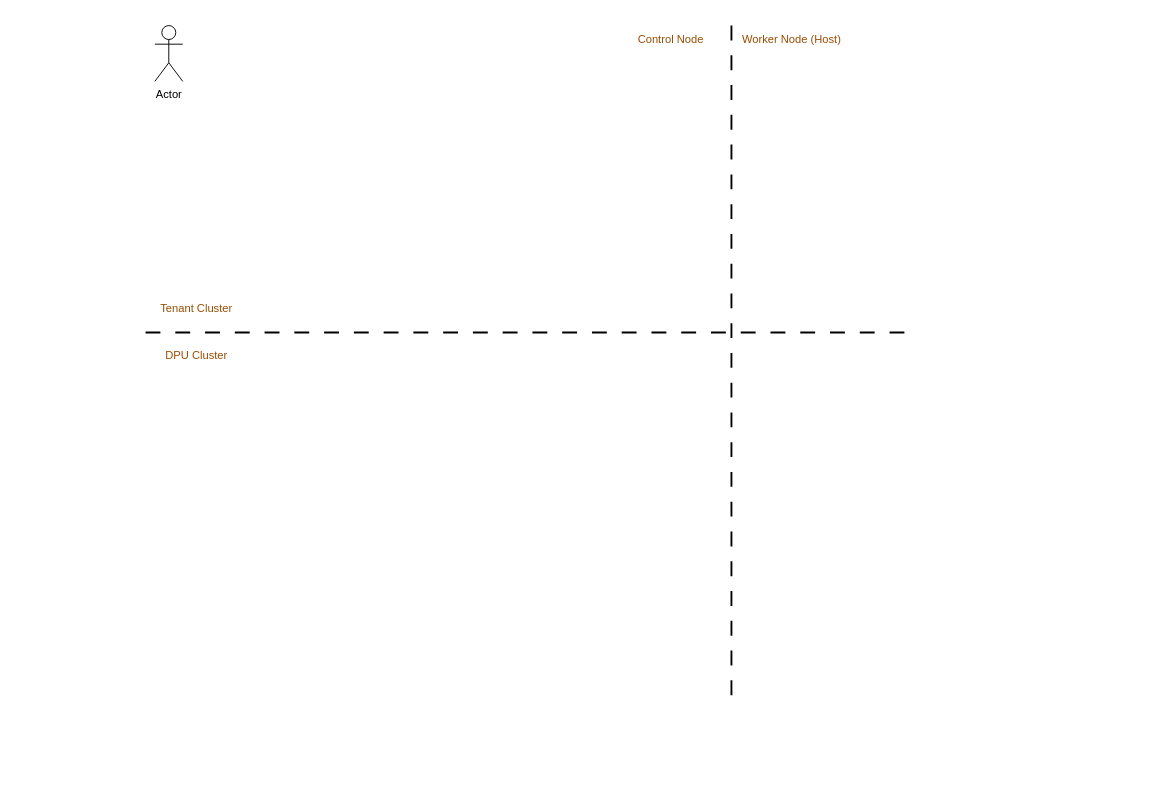
Before: snap1.drawio in wpeng102/draw, a draw.io diagram. Source tidied: cells renumbered, new cells numbered last; positions are measured from the earlier drawing's top-left corner, leaving out a move shared by most shapes. Both pictures are drawn from the tidied source at 93%, with x=0, y=0 at pixel (145, 25).
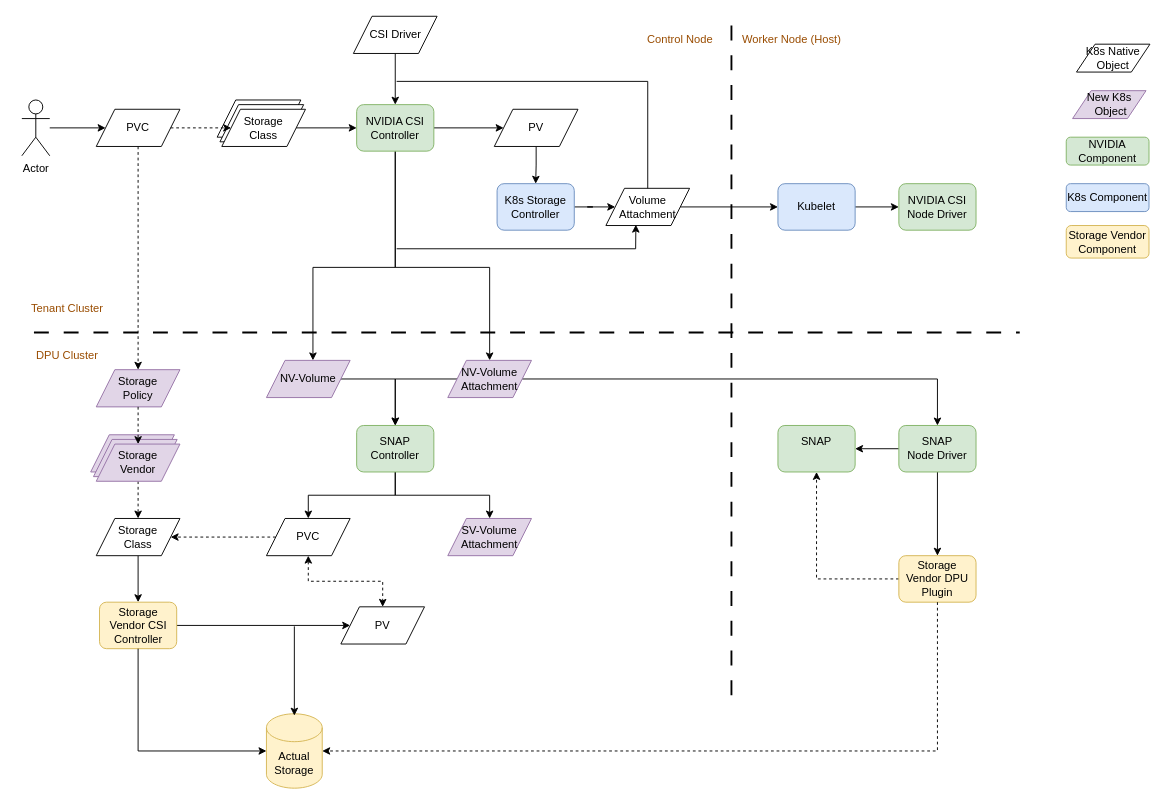
The same page after the edit.

The edit, as a diff of the source:
```diff
@@
     <mxCell id="2" style="endArrow=none;dashed=1;html=1;dashPattern=8 8;strokeWidth=2;rounded=0;" parent="1" edge="1">
       <mxGeometry relative="1" as="geometry">
-        <mxPoint y="330" as="sourcePoint" />
-        <mxPoint x="830" y="330" as="targetPoint" />
+        <mxPoint x="-120" y="330" as="sourcePoint" />
+        <mxPoint x="940" y="330" as="targetPoint" />
       </mxGeometry>
     </mxCell>
@@
+    <mxCell id="9" style="edgeStyle=orthogonalEdgeStyle;rounded=0;jettySize=auto;html=1;entryX=0;entryY=0.5;entryDx=0;entryDy=0;" parent="1" edge="1" source="4" target="11">
+      <mxGeometry relative="1" as="geometry" />
+    </mxCell>
     <mxCell id="4" value="Actor" style="shape=umlActor;verticalLabelPosition=bottom;verticalAlign=top;html=1;outlineConnect=0;" parent="1" vertex="1">
-      <mxGeometry x="10" width="30" height="60" as="geometry" />
+      <mxGeometry x="-133" y="80" width="30" height="60" as="geometry" />
     </mxCell>
     <mxCell id="5" value="&lt;font style=&quot;color: rgb(153, 76, 0);&quot;&gt;Tenant Cluster&lt;/font&gt;" style="text;html=1;align=center;verticalAlign=middle;whiteSpace=wrap;rounded=0;" parent="1" vertex="1">
-      <mxGeometry y="290" width="110" height="30" as="geometry" />
+      <mxGeometry x="-139" y="290" width="110" height="30" as="geometry" />
     </mxCell>
     <mxCell id="6" value="&lt;font style=&quot;color: rgb(153, 76, 0);&quot;&gt;DPU Cluster&lt;/font&gt;" style="text;html=1;align=center;verticalAlign=middle;whiteSpace=wrap;rounded=0;" parent="1" vertex="1">
-      <mxGeometry y="340" width="110" height="30" as="geometry" />
+      <mxGeometry x="-139" y="340" width="110" height="30" as="geometry" />
     </mxCell>
     <mxCell id="7" value="&lt;font style=&quot;color: rgb(153, 76, 0);&quot;&gt;Control Node&lt;/font&gt;" style="text;html=1;align=center;verticalAlign=middle;whiteSpace=wrap;rounded=0;" parent="1" vertex="1">
-      <mxGeometry x="510" width="110" height="30" as="geometry" />
+      <mxGeometry x="520" width="110" height="30" as="geometry" />
     </mxCell>
@@
+    <mxCell id="10" style="edgeStyle=orthogonalEdgeStyle;rounded=0;jettySize=auto;html=1;dashed=1;" parent="1" edge="1" source="11" target="32">
+      <mxGeometry relative="1" as="geometry" />
+    </mxCell>
+    <mxCell id="11" value="PVC" style="shape=parallelogram;perimeter=parallelogramPerimeter;whiteSpace=wrap;html=1;fixedSize=1;" parent="1" vertex="1">
+      <mxGeometry x="-53" y="90" width="90" height="40" as="geometry" />
+    </mxCell>
+    <mxCell id="12" value="K8s Native Object" style="shape=parallelogram;perimeter=parallelogramPerimeter;whiteSpace=wrap;html=1;fixedSize=1;" parent="1" vertex="1">
+      <mxGeometry x="1001" y="20" width="79" height="30" as="geometry" />
+    </mxCell>
+    <mxCell id="13" value="New K8s&lt;div&gt;&lt;span style=&quot;background-color: transparent; color: light-dark(rgb(0, 0, 0), rgb(255, 255, 255));&quot;&gt;&amp;nbsp;Object&lt;/span&gt;&lt;/div&gt;" style="shape=parallelogram;perimeter=parallelogramPerimeter;whiteSpace=wrap;html=1;fixedSize=1;fillColor=#e1d5e7;strokeColor=#9673a6;" parent="1" vertex="1">
+      <mxGeometry x="996.8" y="70" width="79" height="30" as="geometry" />
+    </mxCell>
+    <mxCell id="14" style="shape=parallelogram;perimeter=parallelogramPerimeter;whiteSpace=wrap;html=1;fixedSize=1;" parent="1" vertex="1">
+      <mxGeometry x="77" y="80" width="90" height="40" as="geometry" />
+    </mxCell>
+    <mxCell id="15" style="shape=parallelogram;perimeter=parallelogramPerimeter;whiteSpace=wrap;html=1;fixedSize=1;" parent="1" vertex="1">
+      <mxGeometry x="80" y="85" width="90" height="40" as="geometry" />
+    </mxCell>
+    <mxCell id="16" style="edgeStyle=orthogonalEdgeStyle;rounded=0;jettySize=auto;html=1;" parent="1" edge="1" source="17" target="22">
+      <mxGeometry relative="1" as="geometry" />
+    </mxCell>
+    <mxCell id="17" value="Storage&lt;div&gt;Class&lt;/div&gt;" style="shape=parallelogram;perimeter=parallelogramPerimeter;whiteSpace=wrap;html=1;fixedSize=1;" parent="1" vertex="1">
+      <mxGeometry x="82" y="90" width="90" height="40" as="geometry" />
+    </mxCell>
+    <mxCell id="18" style="edgeStyle=orthogonalEdgeStyle;rounded=0;jettySize=auto;html=1;entryX=0;entryY=0.5;entryDx=0;entryDy=0;dashed=1;" parent="1" edge="1" source="11" target="17">
+      <mxGeometry relative="1" as="geometry" />
+    </mxCell>
+    <mxCell id="19" style="edgeStyle=orthogonalEdgeStyle;rounded=0;jettySize=auto;html=1;entryX=0;entryY=0.5;entryDx=0;entryDy=0;" parent="1" edge="1" source="22" target="24">
+      <mxGeometry relative="1" as="geometry" />
+    </mxCell>
+    <mxCell id="20" style="edgeStyle=orthogonalEdgeStyle;rounded=0;jettySize=auto;html=1;" parent="1" edge="1" source="22" target="51">
+      <mxGeometry relative="1" as="geometry">
+        <Array as="points">
+          <mxPoint x="269" y="260" />
+          <mxPoint x="180" y="260" />
+        </Array>
+      </mxGeometry>
+    </mxCell>
+    <mxCell id="21" style="edgeStyle=orthogonalEdgeStyle;rounded=0;jettySize=auto;html=1;exitX=0.5;exitY=1;exitDx=0;exitDy=0;" parent="1" edge="1" source="22" target="54">
+      <mxGeometry relative="1" as="geometry">
+        <Array as="points">
+          <mxPoint x="269" y="260" />
+          <mxPoint x="370" y="260" />
+        </Array>
+      </mxGeometry>
+    </mxCell>
+    <mxCell id="22" value="NVIDIA CSI Controller" style="rounded=1;whiteSpace=wrap;html=1;fillColor=#d5e8d4;strokeColor=#82b366;" parent="1" vertex="1">
+      <mxGeometry x="227" y="85" width="83" height="50" as="geometry" />
+    </mxCell>
+    <mxCell id="23" style="edgeStyle=orthogonalEdgeStyle;rounded=0;jettySize=auto;html=1;exitX=0.5;exitY=1;exitDx=0;exitDy=0;entryX=0.5;entryY=0;entryDx=0;entryDy=0;" parent="1" edge="1" source="24" target="26">
+      <mxGeometry relative="1" as="geometry" />
+    </mxCell>
+    <mxCell id="24" value="PV" style="shape=parallelogram;perimeter=parallelogramPerimeter;whiteSpace=wrap;html=1;fixedSize=1;" parent="1" vertex="1">
+      <mxGeometry x="375" y="90" width="90" height="40" as="geometry" />
+    </mxCell>
+    <mxCell id="25" style="edgeStyle=orthogonalEdgeStyle;rounded=0;jettySize=auto;html=1;entryX=0;entryY=0.5;entryDx=0;entryDy=0;" parent="1" edge="1" source="26" target="28">
+      <mxGeometry relative="1" as="geometry" />
+    </mxCell>
+    <mxCell id="26" value="K8s Storage Controller" style="rounded=1;whiteSpace=wrap;html=1;fillColor=#dae8fc;strokeColor=#6c8ebf;" parent="1" vertex="1">
+      <mxGeometry x="378" y="170" width="83" height="50" as="geometry" />
+    </mxCell>
+    <mxCell id="27" style="edgeStyle=orthogonalEdgeStyle;rounded=0;jettySize=auto;html=1;entryX=0;entryY=0.5;entryDx=0;entryDy=0;" parent="1" edge="1" source="28" target="60">
+      <mxGeometry relative="1" as="geometry" />
+    </mxCell>
+    <mxCell id="28" value="Volume Attachment" style="shape=parallelogram;perimeter=parallelogramPerimeter;whiteSpace=wrap;html=1;fixedSize=1;" parent="1" vertex="1">
+      <mxGeometry x="495" y="175" width="90" height="40" as="geometry" />
+    </mxCell>
+    <mxCell id="29" value="NVIDIA Component" style="rounded=1;whiteSpace=wrap;html=1;fillColor=#d5e8d4;strokeColor=#82b366;" parent="1" vertex="1">
+      <mxGeometry x="990" y="120" width="89" height="30" as="geometry" />
+    </mxCell>
+    <mxCell id="30" value="K8s Component" style="rounded=1;whiteSpace=wrap;html=1;fillColor=#dae8fc;strokeColor=#6c8ebf;" parent="1" vertex="1">
+      <mxGeometry x="990" y="170" width="89" height="30" as="geometry" />
+    </mxCell>
+    <mxCell id="31" value="Storage Vendor Component" style="rounded=1;whiteSpace=wrap;html=1;fillColor=#fff2cc;strokeColor=#d6b656;" parent="1" vertex="1">
+      <mxGeometry x="990" y="215" width="89" height="35" as="geometry" />
+    </mxCell>
+    <mxCell id="32" value="Storage&lt;div&gt;Policy&lt;/div&gt;" style="shape=parallelogram;perimeter=parallelogramPerimeter;whiteSpace=wrap;html=1;fixedSize=1;fillColor=#e1d5e7;strokeColor=#9673a6;" parent="1" vertex="1">
+      <mxGeometry x="-53" y="370" width="90" height="40" as="geometry" />
+    </mxCell>
+    <mxCell id="33" style="shape=parallelogram;perimeter=parallelogramPerimeter;whiteSpace=wrap;html=1;fixedSize=1;fillColor=#e1d5e7;strokeColor=#9673a6;" parent="1" vertex="1">
+      <mxGeometry x="-59" y="440" width="90" height="40" as="geometry" />
+    </mxCell>
+    <mxCell id="34" style="shape=parallelogram;perimeter=parallelogramPerimeter;whiteSpace=wrap;html=1;fixedSize=1;fillColor=#e1d5e7;strokeColor=#9673a6;" parent="1" vertex="1">
+      <mxGeometry x="-56" y="445" width="90" height="40" as="geometry" />
+    </mxCell>
+    <mxCell id="35" style="edgeStyle=orthogonalEdgeStyle;rounded=0;jettySize=auto;html=1;dashed=1;" parent="1" edge="1" source="36" target="38">
+      <mxGeometry relative="1" as="geometry" />
+    </mxCell>
+    <mxCell id="36" value="Storage&lt;div&gt;Vendor&lt;/div&gt;" style="shape=parallelogram;perimeter=parallelogramPerimeter;whiteSpace=wrap;html=1;fixedSize=1;fillColor=#e1d5e7;strokeColor=#9673a6;" parent="1" vertex="1">
+      <mxGeometry x="-53" y="450" width="90" height="40" as="geometry" />
+    </mxCell>
+    <mxCell id="37" style="edgeStyle=orthogonalEdgeStyle;rounded=0;jettySize=auto;html=1;exitX=0.5;exitY=1;exitDx=0;exitDy=0;entryX=0.5;entryY=0;entryDx=0;entryDy=0;" parent="1" edge="1" source="38" target="41">
+      <mxGeometry relative="1" as="geometry" />
+    </mxCell>
+    <mxCell id="38" value="Storage&lt;div&gt;Class&lt;/div&gt;" style="shape=parallelogram;perimeter=parallelogramPerimeter;whiteSpace=wrap;html=1;fixedSize=1;" parent="1" vertex="1">
+      <mxGeometry x="-53" y="530" width="90" height="40" as="geometry" />
+    </mxCell>
+    <mxCell id="39" style="edgeStyle=orthogonalEdgeStyle;rounded=0;jettySize=auto;html=1;exitX=0.5;exitY=1;exitDx=0;exitDy=0;entryX=0.5;entryY=0;entryDx=0;entryDy=0;dashed=1;" parent="1" edge="1" source="32" target="36">
+      <mxGeometry relative="1" as="geometry" />
+    </mxCell>
+    <mxCell id="40" style="edgeStyle=orthogonalEdgeStyle;rounded=0;jettySize=auto;html=1;entryX=0;entryY=0.5;entryDx=0;entryDy=0;" parent="1" edge="1" source="41" target="42">
+      <mxGeometry relative="1" as="geometry" />
+    </mxCell>
+    <mxCell id="41" value="Storage Vendor CSI Controller" style="rounded=1;whiteSpace=wrap;html=1;fillColor=#fff2cc;strokeColor=#d6b656;" parent="1" vertex="1">
+      <mxGeometry x="-49.5" y="620" width="83" height="50" as="geometry" />
+    </mxCell>
+    <mxCell id="42" value="PV" style="shape=parallelogram;perimeter=parallelogramPerimeter;whiteSpace=wrap;html=1;fixedSize=1;" parent="1" vertex="1">
+      <mxGeometry x="210" y="625" width="90" height="40" as="geometry" />
+    </mxCell>
+    <mxCell id="43" style="edgeStyle=orthogonalEdgeStyle;rounded=0;jettySize=auto;html=1;entryX=1;entryY=0.5;entryDx=0;entryDy=0;dashed=1;" parent="1" edge="1" source="45" target="38">
+      <mxGeometry relative="1" as="geometry" />
+    </mxCell>
+    <mxCell id="44" style="edgeStyle=orthogonalEdgeStyle;rounded=0;jettySize=auto;html=1;exitX=0.5;exitY=1;exitDx=0;exitDy=0;dashed=1;startArrow=classic;startFill=1;" parent="1" edge="1" source="45" target="42">
+      <mxGeometry relative="1" as="geometry" />
+    </mxCell>
+    <mxCell id="45" value="PVC" style="shape=parallelogram;perimeter=parallelogramPerimeter;whiteSpace=wrap;html=1;fixedSize=1;" parent="1" vertex="1">
+      <mxGeometry x="130" y="530" width="90" height="40" as="geometry" />
+    </mxCell>
+    <mxCell id="46" style="edgeStyle=orthogonalEdgeStyle;rounded=0;jettySize=auto;html=1;exitX=0.5;exitY=1;exitDx=0;exitDy=0;entryX=0.5;entryY=0;entryDx=0;entryDy=0;" parent="1" edge="1" source="48" target="45">
+      <mxGeometry relative="1" as="geometry" />
+    </mxCell>
+    <mxCell id="47" style="edgeStyle=orthogonalEdgeStyle;rounded=0;jettySize=auto;html=1;entryX=0.5;entryY=0;entryDx=0;entryDy=0;exitX=0.5;exitY=1;exitDx=0;exitDy=0;" parent="1" edge="1" source="48" target="49">
+      <mxGeometry relative="1" as="geometry" />
+    </mxCell>
+    <mxCell id="48" value="SNAP Controller" style="rounded=1;whiteSpace=wrap;html=1;fillColor=#d5e8d4;strokeColor=#82b366;" parent="1" vertex="1">
+      <mxGeometry x="227" y="430" width="83" height="50" as="geometry" />
+    </mxCell>
+    <mxCell id="49" value="SV-Volume Attachment" style="shape=parallelogram;perimeter=parallelogramPerimeter;whiteSpace=wrap;html=1;fixedSize=1;fillColor=#e1d5e7;strokeColor=#9673a6;" parent="1" vertex="1">
+      <mxGeometry x="325" y="530" width="90" height="40" as="geometry" />
+    </mxCell>
+    <mxCell id="50" style="edgeStyle=orthogonalEdgeStyle;rounded=0;jettySize=auto;html=1;entryX=0.5;entryY=0;entryDx=0;entryDy=0;" parent="1" edge="1" source="51" target="48">
+      <mxGeometry relative="1" as="geometry" />
+    </mxCell>
+    <mxCell id="51" value="NV-Volume" style="shape=parallelogram;perimeter=parallelogramPerimeter;whiteSpace=wrap;html=1;fixedSize=1;fillColor=#e1d5e7;strokeColor=#9673a6;" parent="1" vertex="1">
+      <mxGeometry x="130" y="360" width="90" height="40" as="geometry" />
+    </mxCell>
+    <mxCell id="52" style="edgeStyle=orthogonalEdgeStyle;rounded=0;jettySize=auto;html=1;entryX=0.5;entryY=0;entryDx=0;entryDy=0;" parent="1" edge="1" source="54" target="48">
+      <mxGeometry relative="1" as="geometry" />
+    </mxCell>
+    <mxCell id="53" style="edgeStyle=orthogonalEdgeStyle;rounded=0;jettySize=auto;html=1;entryX=0.5;entryY=0;entryDx=0;entryDy=0;" parent="1" edge="1" source="54" target="68">
+      <mxGeometry relative="1" as="geometry" />
+    </mxCell>
+    <mxCell id="54" value="NV-Volume Attachment" style="shape=parallelogram;perimeter=parallelogramPerimeter;whiteSpace=wrap;html=1;fixedSize=1;fillColor=#e1d5e7;strokeColor=#9673a6;" parent="1" vertex="1">
+      <mxGeometry x="325" y="360" width="90" height="40" as="geometry" />
+    </mxCell>
+    <mxCell id="55" style="endArrow=classic;html=1;rounded=0;entryX=0.358;entryY=0.978;entryDx=0;entryDy=0;entryPerimeter=0;" parent="1" edge="1" target="28">
+      <mxGeometry relative="1" as="geometry">
+        <mxPoint x="270" y="240" as="sourcePoint" />
+        <Array as="points">
+          <mxPoint x="527" y="240" />
+        </Array>
+      </mxGeometry>
+    </mxCell>
+    <mxCell id="56" style="edgeStyle=orthogonalEdgeStyle;rounded=0;jettySize=auto;html=1;entryX=0.5;entryY=0;entryDx=0;entryDy=0;" parent="1" edge="1" source="57" target="22">
+      <mxGeometry relative="1" as="geometry" />
+    </mxCell>
+    <mxCell id="57" value="CSI Driver" style="shape=parallelogram;perimeter=parallelogramPerimeter;whiteSpace=wrap;html=1;fixedSize=1;" parent="1" vertex="1">
+      <mxGeometry x="223.5" y="-10" width="90" height="40" as="geometry" />
+    </mxCell>
+    <mxCell id="58" style="endArrow=none;html=1;rounded=0;entryX=0.5;entryY=0;entryDx=0;entryDy=0;" parent="1" edge="1" target="28">
+      <mxGeometry relative="1" as="geometry">
+        <mxPoint x="270" y="60" as="sourcePoint" />
+        <Array as="points">
+          <mxPoint x="540" y="60" />
+        </Array>
+      </mxGeometry>
+    </mxCell>
+    <mxCell id="59" style="edgeStyle=orthogonalEdgeStyle;rounded=0;jettySize=auto;html=1;entryX=0;entryY=0.5;entryDx=0;entryDy=0;" parent="1" edge="1" source="60" target="61">
+      <mxGeometry relative="1" as="geometry" />
+    </mxCell>
+    <mxCell id="60" value="Kubelet" style="rounded=1;whiteSpace=wrap;html=1;fillColor=#dae8fc;strokeColor=#6c8ebf;" parent="1" vertex="1">
+      <mxGeometry x="680" y="170" width="83" height="50" as="geometry" />
+    </mxCell>
+    <mxCell id="61" value="NVIDIA CSI Node Driver" style="rounded=1;whiteSpace=wrap;html=1;fillColor=#d5e8d4;strokeColor=#82b366;" parent="1" vertex="1">
+      <mxGeometry x="810" y="170" width="83" height="50" as="geometry" />
+    </mxCell>
+    <mxCell id="62" value="Actual Storage" style="shape=cylinder3;whiteSpace=wrap;html=1;boundedLbl=1;backgroundOutline=1;size=15;fillColor=#fff2cc;strokeColor=#d6b656;" parent="1" vertex="1">
+      <mxGeometry x="130" y="740" width="60" height="80" as="geometry" />
+    </mxCell>
+    <mxCell id="63" style="edgeStyle=orthogonalEdgeStyle;rounded=0;jettySize=auto;html=1;entryX=0;entryY=0.5;entryDx=0;entryDy=0;entryPerimeter=0;exitX=0.5;exitY=1;exitDx=0;exitDy=0;" parent="1" edge="1" source="41" target="62">
+      <mxGeometry relative="1" as="geometry" />
+    </mxCell>
+    <mxCell id="64" style="endArrow=classic;html=1;rounded=0;" parent="1" edge="1">
+      <mxGeometry relative="1" as="geometry">
+        <mxPoint x="160" y="646" as="sourcePoint" />
+        <mxPoint x="160" y="742" as="targetPoint" />
+      </mxGeometry>
+    </mxCell>
+    <mxCell id="65" value="SNAP&lt;div&gt;&lt;br&gt;&lt;/div&gt;" style="rounded=1;whiteSpace=wrap;html=1;fillColor=#d5e8d4;strokeColor=#82b366;" parent="1" vertex="1">
+      <mxGeometry x="680" y="430" width="83" height="50" as="geometry" />
+    </mxCell>
+    <mxCell id="66" style="edgeStyle=orthogonalEdgeStyle;rounded=0;jettySize=auto;html=1;exitX=0.5;exitY=1;exitDx=0;exitDy=0;entryX=0.5;entryY=0;entryDx=0;entryDy=0;" parent="1" edge="1" source="68" target="70">
+      <mxGeometry relative="1" as="geometry" />
+    </mxCell>
+    <mxCell id="67" style="edgeStyle=orthogonalEdgeStyle;rounded=0;jettySize=auto;html=1;entryX=1;entryY=0.5;entryDx=0;entryDy=0;" parent="1" edge="1" source="68" target="65">
+      <mxGeometry relative="1" as="geometry" />
+    </mxCell>
+    <mxCell id="68" value="SNAP&lt;div&gt;Node Driver&lt;/div&gt;" style="rounded=1;whiteSpace=wrap;html=1;fillColor=#d5e8d4;strokeColor=#82b366;" parent="1" vertex="1">
+      <mxGeometry x="810" y="430" width="83" height="50" as="geometry" />
+    </mxCell>
+    <mxCell id="69" style="edgeStyle=orthogonalEdgeStyle;rounded=0;jettySize=auto;html=1;entryX=0.5;entryY=1;entryDx=0;entryDy=0;dashed=1;" parent="1" edge="1" source="70" target="65">
+      <mxGeometry relative="1" as="geometry" />
+    </mxCell>
+    <mxCell id="70" value="Storage Vendor DPU Plugin" style="rounded=1;whiteSpace=wrap;html=1;fillColor=#fff2cc;strokeColor=#d6b656;" parent="1" vertex="1">
+      <mxGeometry x="810" y="570" width="83" height="50" as="geometry" />
+    </mxCell>
+    <mxCell id="71" style="edgeStyle=orthogonalEdgeStyle;rounded=0;jettySize=auto;html=1;entryX=1;entryY=0.5;entryDx=0;entryDy=0;entryPerimeter=0;exitX=0.5;exitY=1;exitDx=0;exitDy=0;dashed=1;" parent="1" edge="1" source="70" target="62">
+      <mxGeometry relative="1" as="geometry" />
+    </mxCell>
```
